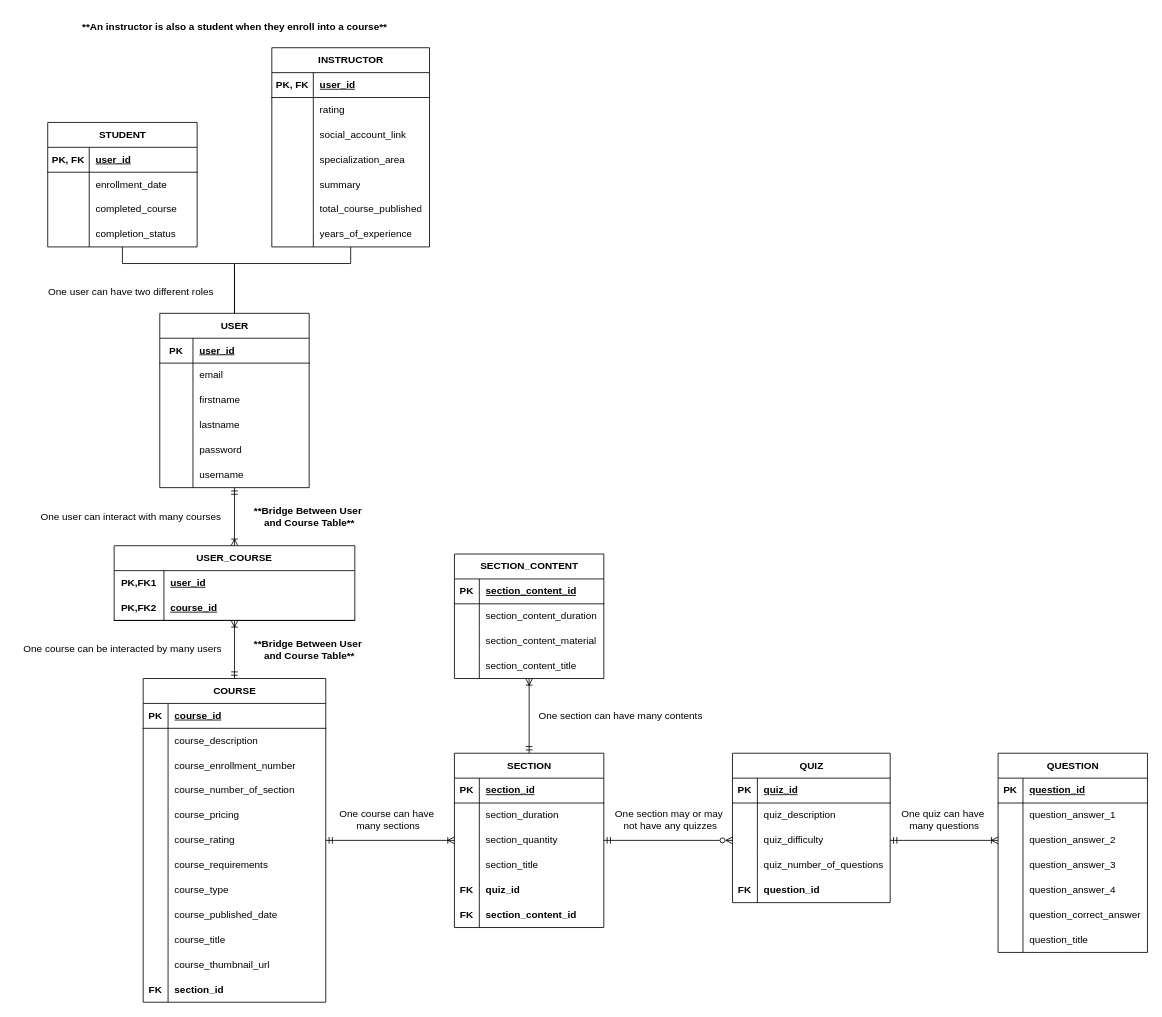
Before: src/assets/LearnHub Initial ERD.drawio in wsomad/openlearnhub, a draw.io diagram. Source tidied: cells renumbered, new cells numbered last; positions are measured from the earlier drawing's top-left corner, leaving out a move shared by most shapes. Both pictures are drawn from the tidied source at 83%, with x=0, y=0 at pixel (14, 14).
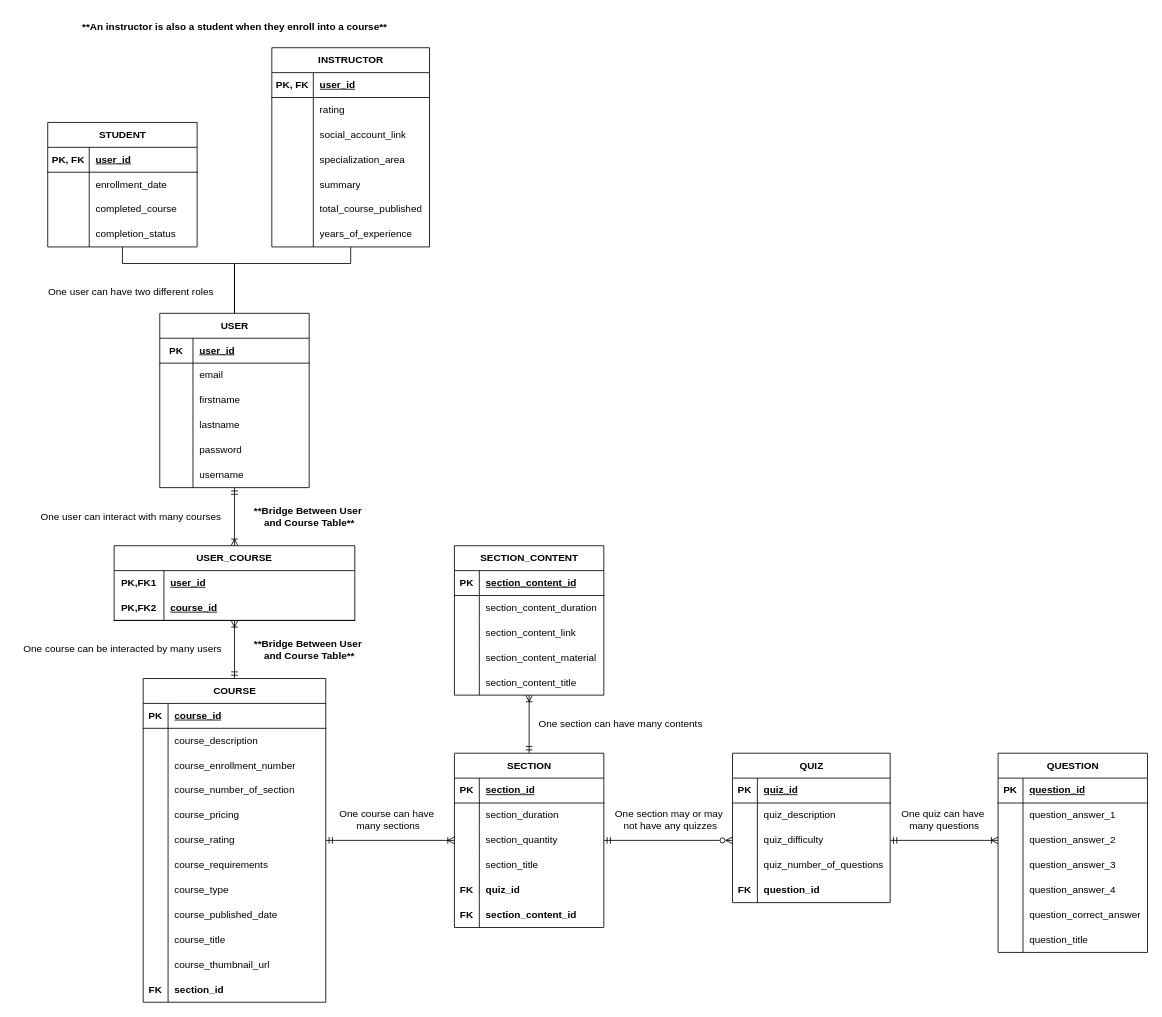
The same page after the edit.

Diff of the diagram source:
```diff
@@
     <mxCell id="98" value="SECTION_CONTENT" style="shape=table;startSize=30;childLayout=tableLayout;rowLines=0;fontStyle=1;align=center;html=1;" parent="1" vertex="1">
-      <mxGeometry x="530" y="650" width="180" height="150" as="geometry" />
+      <mxGeometry x="530" y="640" width="180" height="180" as="geometry" />
     </mxCell>
@@
+    <mxCell id="188" style="shape=tableRow;horizontal=0;startSize=0;swimlaneHead=0;swimlaneBody=0;fillColor=none;top=0;left=0;right=0;bottom=0;" parent="98" vertex="1">
+      <mxGeometry y="90" width="180" height="30" as="geometry" />
+    </mxCell>
+    <mxCell id="189" style="shape=partialRectangle;fillColor=none;top=0;left=0;bottom=0;right=0;overflow=hidden;whiteSpace=wrap;html=1;" parent="188" vertex="1">
+      <mxGeometry width="30" height="30" as="geometry" />
+    </mxCell>
+    <mxCell id="190" value="section_content_link" style="shape=partialRectangle;fillColor=none;top=0;left=0;bottom=0;right=0;align=left;spacingLeft=6;overflow=hidden;whiteSpace=wrap;html=1;" parent="188" vertex="1">
+      <mxGeometry x="30" width="150" height="30" as="geometry" />
+    </mxCell>
     <mxCell id="105" style="shape=tableRow;horizontal=0;startSize=0;swimlaneHead=0;swimlaneBody=0;fillColor=none;top=0;left=0;right=0;bottom=0;" parent="98" vertex="1">
-      <mxGeometry y="90" width="180" height="30" as="geometry" />
+      <mxGeometry y="120" width="180" height="30" as="geometry" />
     </mxCell>
@@
     <mxCell id="108" style="shape=tableRow;horizontal=0;startSize=0;swimlaneHead=0;swimlaneBody=0;fillColor=none;top=0;left=0;right=0;bottom=0;" parent="98" vertex="1">
-      <mxGeometry y="120" width="180" height="30" as="geometry" />
+      <mxGeometry y="150" width="180" height="30" as="geometry" />
     </mxCell>
@@
     <mxCell id="183" value="One section can have many contents" style="text;html=1;align=center;verticalAlign=middle;strokeColor=none;fillColor=none;" parent="1" vertex="1">
-      <mxGeometry x="620" y="830" width="220" height="30" as="geometry" />
+      <mxGeometry x="620" y="840" width="220" height="30" as="geometry" />
     </mxCell>
```
